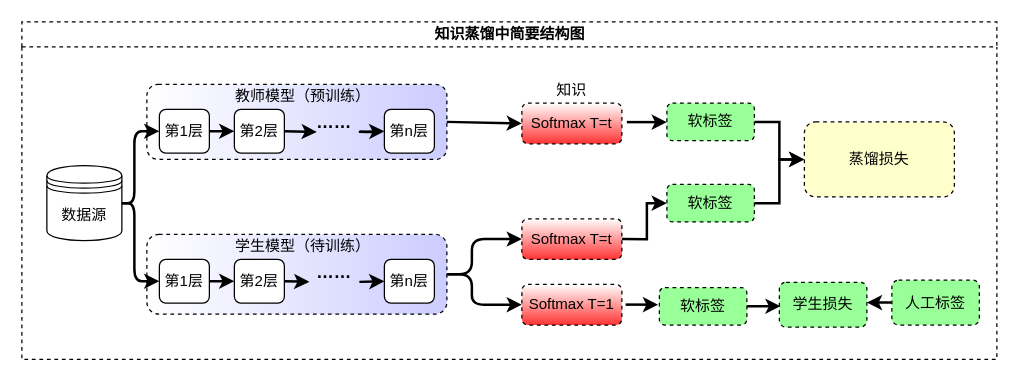
Noeverer/Mindmap keeps this draw.io diagram as KD-feature.drawio. Above is the earlier version. Source tidied: cells renumbered, new cells numbered last; positions are measured from the earlier drawing's top-left corner, leaving out a move shared by most shapes. Both pictures are drawn from the tidied source at 125%, with x=0, y=0 at pixel (21, 21).
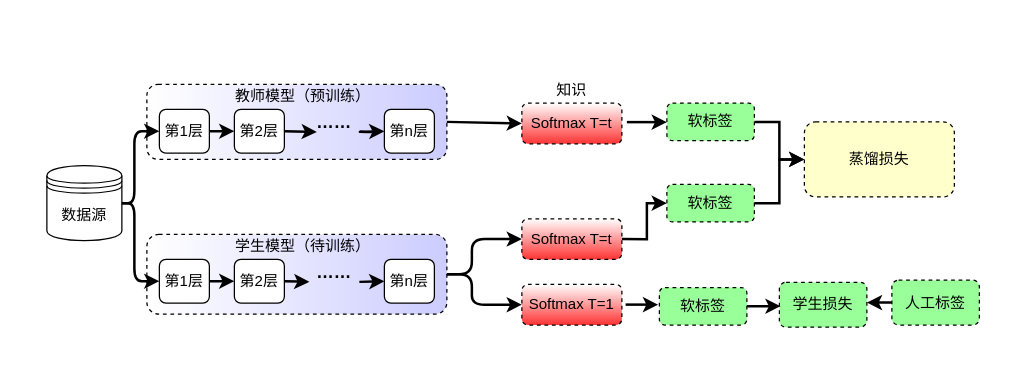
The same diagram, later.

Diff of the diagram source:
```diff
@@
-    <mxCell id="2" value="知识蒸馏中简要结构图" style="swimlane;html=1;startSize=20;horizontal=1;containerType=tree;glass=0;swimlaneFillColor=none;dashed=1;" parent="1" vertex="1">
+    <mxCell id="2" style="swimlane;html=1;startSize=20;horizontal=1;containerType=tree;glass=0;swimlaneFillColor=none;dashed=1;fillColor=none;strokeColor=none;" parent="1" vertex="1">
       <mxGeometry width="780" height="270" as="geometry" />
     </mxCell>
```
